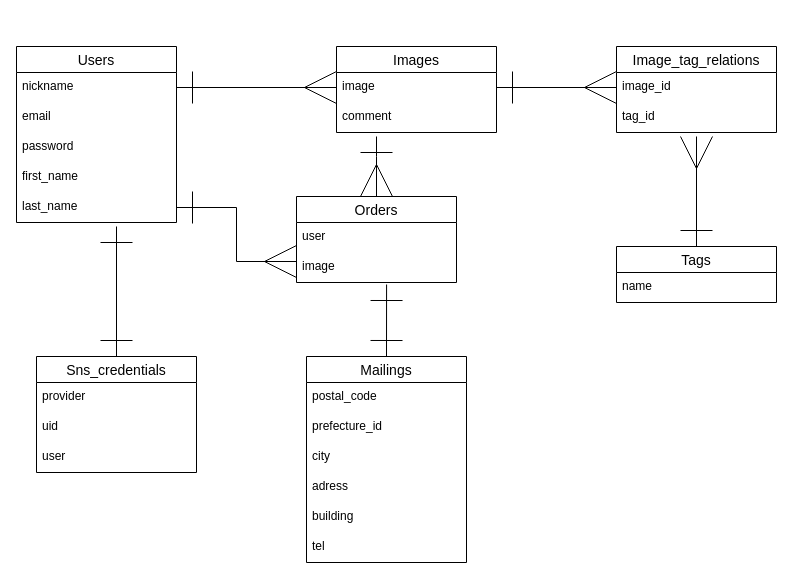
This is imagecal.dio from phy-homa/imagecal, a draw.io file, before an edit. Source tidied: cells renumbered, new cells numbered last; positions are measured from the earlier drawing's top-left corner, leaving out a move shared by most shapes. Both pictures are drawn from the tidied source at 100%, with x=0, y=0 at pixel (16, 46).
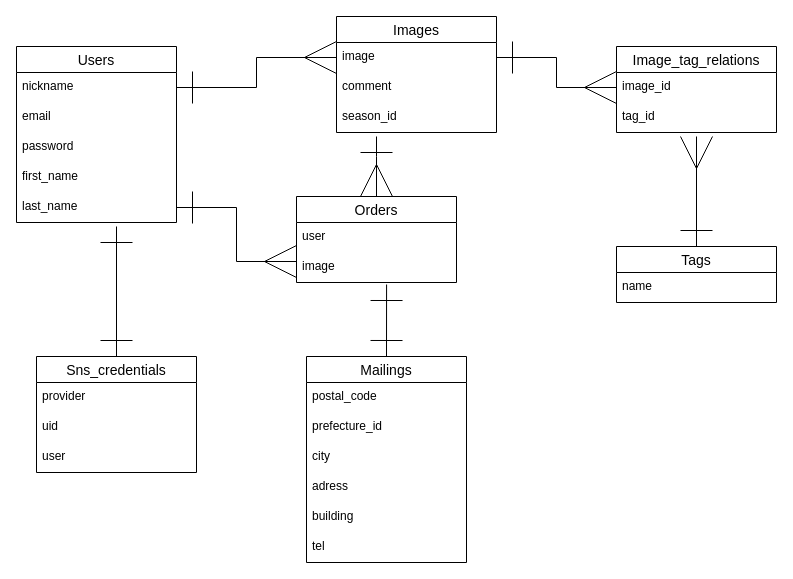
The same page after the edit.

Diff of the diagram source:
```diff
@@
     <mxCell id="8" value="Images" style="swimlane;fontStyle=0;horizontal=1;startSize=26;align=center;fontSize=14;" parent="1" vertex="1">
-      <mxGeometry x="320" width="160" height="86" as="geometry" />
+      <mxGeometry x="320" y="-30" width="160" height="116" as="geometry" />
     </mxCell>
@@
+    <mxCell id="37" value="season_id" style="text;strokeColor=none;fillColor=none;spacingLeft=4;spacingRight=4;overflow=hidden;fontSize=12;" parent="8" vertex="1">
+      <mxGeometry y="86" width="160" height="30" as="geometry" />
+    </mxCell>
```
